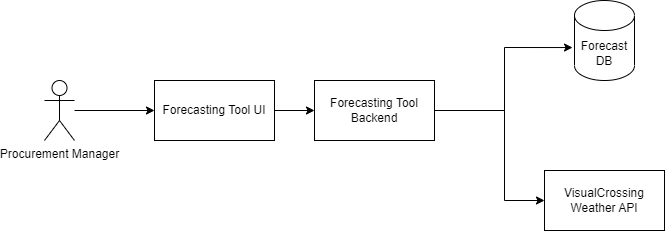
This is Screenshots/FlowDiagram.png from DeveloperSubho/forecasting-tool, a draw.io export, as it was before one commit. Source tidied: cells renumbered, new cells last; positions are measured from the earlier drawing's top-left corner, leaving out a move shared by most shapes. Its diagram source:
```xml
<mxGraphModel>
  <root>
    <mxCell id="0" />
    <mxCell id="1" parent="0" />
    <mxCell id="2" style="edgeStyle=orthogonalEdgeStyle;rounded=0;jettySize=auto;html=1;entryX=0;entryY=0.5;entryDx=0;entryDy=0;" parent="1" edge="1" source="3" target="8">
      <mxGeometry relative="1" as="geometry" />
    </mxCell>
    <mxCell id="3" value="Procurement Manager" style="shape=umlActor;verticalLabelPosition=bottom;verticalAlign=top;html=1;outlineConnect=0;" parent="1" vertex="1">
      <mxGeometry y="80" width="30" height="60" as="geometry" />
    </mxCell>
    <mxCell id="4" style="edgeStyle=orthogonalEdgeStyle;rounded=0;jettySize=auto;html=1;entryX=-0.033;entryY=0.588;entryDx=0;entryDy=0;entryPerimeter=0;" parent="1" edge="1" source="6" target="9">
      <mxGeometry relative="1" as="geometry">
        <Array as="points">
          <mxPoint x="460" y="110" />
          <mxPoint x="460" y="47" />
        </Array>
      </mxGeometry>
    </mxCell>
    <mxCell id="5" style="edgeStyle=orthogonalEdgeStyle;rounded=0;jettySize=auto;html=1;entryX=0;entryY=0.5;entryDx=0;entryDy=0;" parent="1" edge="1" source="6" target="10">
      <mxGeometry relative="1" as="geometry">
        <Array as="points">
          <mxPoint x="460" y="110" />
          <mxPoint x="460" y="200" />
        </Array>
      </mxGeometry>
    </mxCell>
    <mxCell id="6" value="Forecasting Tool Backend" style="rounded=0;whiteSpace=wrap;html=1;" parent="1" vertex="1">
      <mxGeometry x="270" y="80" width="120" height="60" as="geometry" />
    </mxCell>
    <mxCell id="7" style="edgeStyle=orthogonalEdgeStyle;rounded=0;jettySize=auto;html=1;entryX=0;entryY=0.5;entryDx=0;entryDy=0;" parent="1" edge="1" source="8" target="6">
      <mxGeometry relative="1" as="geometry" />
    </mxCell>
    <mxCell id="8" value="Forecasting Tool UI" style="rounded=0;whiteSpace=wrap;html=1;" parent="1" vertex="1">
      <mxGeometry x="110" y="80" width="120" height="60" as="geometry" />
    </mxCell>
    <mxCell id="9" value="Forecast DB" style="shape=cylinder3;whiteSpace=wrap;html=1;boundedLbl=1;backgroundOutline=1;size=15;" parent="1" vertex="1">
      <mxGeometry x="530" width="60" height="80" as="geometry" />
    </mxCell>
    <mxCell id="10" value="VisualCrossing Weather API" style="rounded=0;whiteSpace=wrap;html=1;" parent="1" vertex="1">
      <mxGeometry x="500" y="170" width="120" height="60" as="geometry" />
    </mxCell>
  </root>
</mxGraphModel>
```
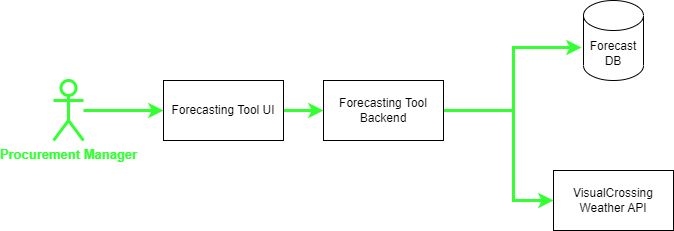
Above is the later version.

Change to the diagram source:
```diff
@@ -2,13 +2,13 @@
   <root>
     <mxCell id="0" />
     <mxCell id="1" parent="0" />
-    <mxCell id="2" style="edgeStyle=orthogonalEdgeStyle;rounded=0;jettySize=auto;html=1;entryX=0;entryY=0.5;entryDx=0;entryDy=0;" parent="1" edge="1" source="3" target="8">
+    <mxCell id="2" style="edgeStyle=orthogonalEdgeStyle;rounded=0;jettySize=auto;html=1;entryX=0;entryY=0.5;entryDx=0;entryDy=0;strokeColor=#33FF33;strokeWidth=3;" parent="1" edge="1" source="3" target="8">
       <mxGeometry relative="1" as="geometry" />
     </mxCell>
-    <mxCell id="3" value="Procurement Manager" style="shape=umlActor;verticalLabelPosition=bottom;verticalAlign=top;html=1;outlineConnect=0;" parent="1" vertex="1">
+    <mxCell id="3" value="&lt;font size=&quot;1&quot; style=&quot;&quot; color=&quot;#33ff33&quot;&gt;&lt;b style=&quot;font-size: 13px;&quot;&gt;Procurement Manager&lt;/b&gt;&lt;/font&gt;" style="shape=umlActor;verticalLabelPosition=bottom;verticalAlign=top;html=1;outlineConnect=0;strokeColor=#33FF33;strokeWidth=3;" parent="1" vertex="1">
       <mxGeometry y="80" width="30" height="60" as="geometry" />
     </mxCell>
-    <mxCell id="4" style="edgeStyle=orthogonalEdgeStyle;rounded=0;jettySize=auto;html=1;entryX=-0.033;entryY=0.588;entryDx=0;entryDy=0;entryPerimeter=0;" parent="1" edge="1" source="6" target="9">
+    <mxCell id="4" style="edgeStyle=orthogonalEdgeStyle;rounded=0;jettySize=auto;html=1;entryX=-0.033;entryY=0.588;entryDx=0;entryDy=0;entryPerimeter=0;strokeColor=#33FF33;strokeWidth=3;" parent="1" edge="1" source="6" target="9">
       <mxGeometry relative="1" as="geometry">
         <Array as="points">
           <mxPoint x="460" y="110" />
@@ -16,7 +16,7 @@
         </Array>
       </mxGeometry>
     </mxCell>
-    <mxCell id="5" style="edgeStyle=orthogonalEdgeStyle;rounded=0;jettySize=auto;html=1;entryX=0;entryY=0.5;entryDx=0;entryDy=0;" parent="1" edge="1" source="6" target="10">
+    <mxCell id="5" style="edgeStyle=orthogonalEdgeStyle;rounded=0;jettySize=auto;html=1;entryX=0;entryY=0.5;entryDx=0;entryDy=0;strokeColor=#33FF33;strokeWidth=3;" parent="1" edge="1" source="6" target="10">
       <mxGeometry relative="1" as="geometry">
         <Array as="points">
           <mxPoint x="460" y="110" />
@@ -27,7 +27,7 @@
     <mxCell id="6" value="Forecasting Tool Backend" style="rounded=0;whiteSpace=wrap;html=1;" parent="1" vertex="1">
       <mxGeometry x="270" y="80" width="120" height="60" as="geometry" />
     </mxCell>
-    <mxCell id="7" style="edgeStyle=orthogonalEdgeStyle;rounded=0;jettySize=auto;html=1;entryX=0;entryY=0.5;entryDx=0;entryDy=0;" parent="1" edge="1" source="8" target="6">
+    <mxCell id="7" style="edgeStyle=orthogonalEdgeStyle;rounded=0;jettySize=auto;html=1;entryX=0;entryY=0.5;entryDx=0;entryDy=0;strokeColor=#33FF33;strokeWidth=3;" parent="1" edge="1" source="8" target="6">
       <mxGeometry relative="1" as="geometry" />
     </mxCell>
     <mxCell id="8" value="Forecasting Tool UI" style="rounded=0;whiteSpace=wrap;html=1;" parent="1" vertex="1">
```
